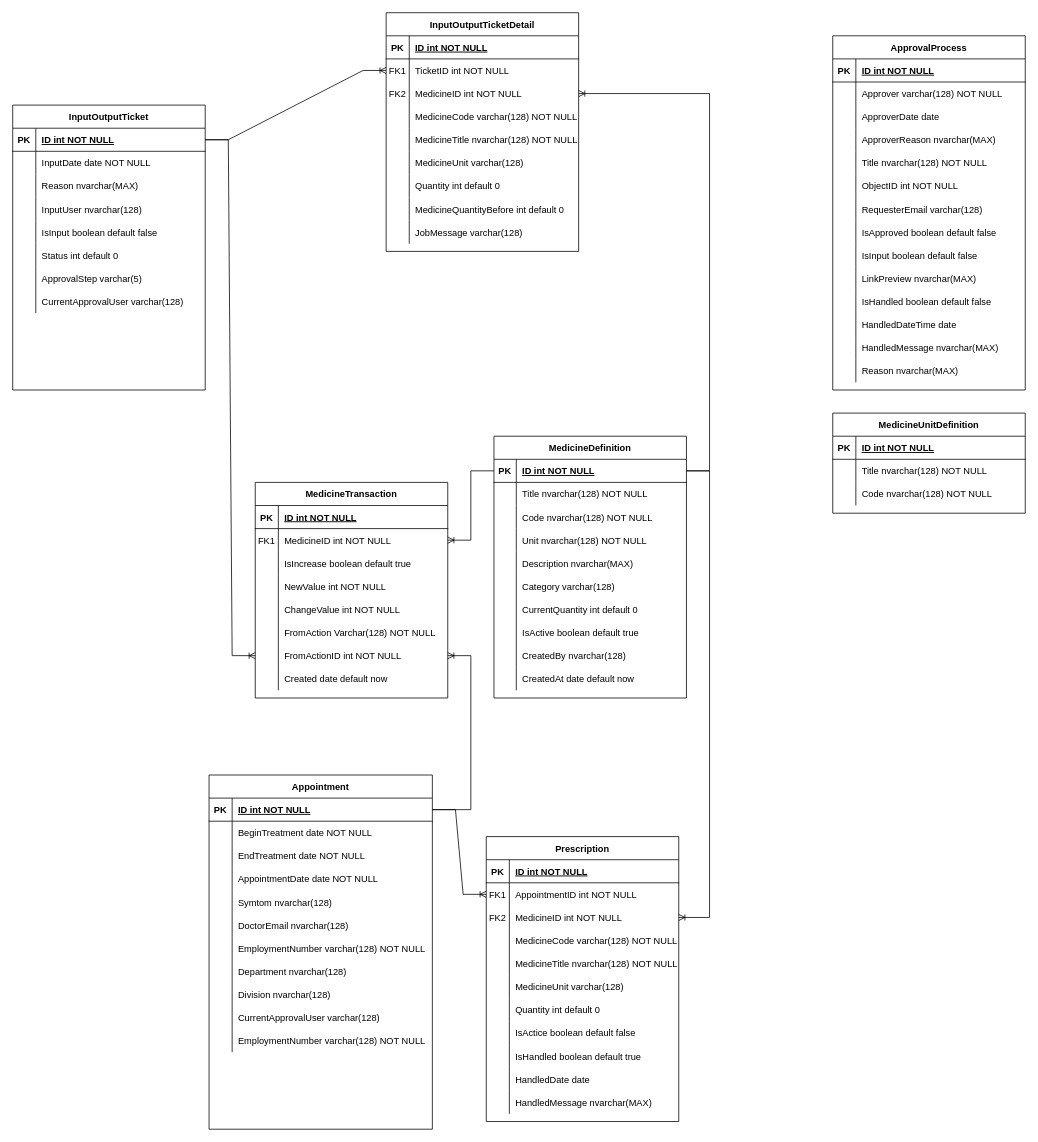
Earlier version of the draw.io diagram public/Untitled Diagram.drawio (ducquynhnguyeninfo/medical-manager). Source tidied: cells renumbered, new cells numbered last; positions are measured from the earlier drawing's top-left corner, leaving out a move shared by most shapes. Both pictures are drawn from the tidied source at 77%, with x=0, y=0 at pixel (12, 12).
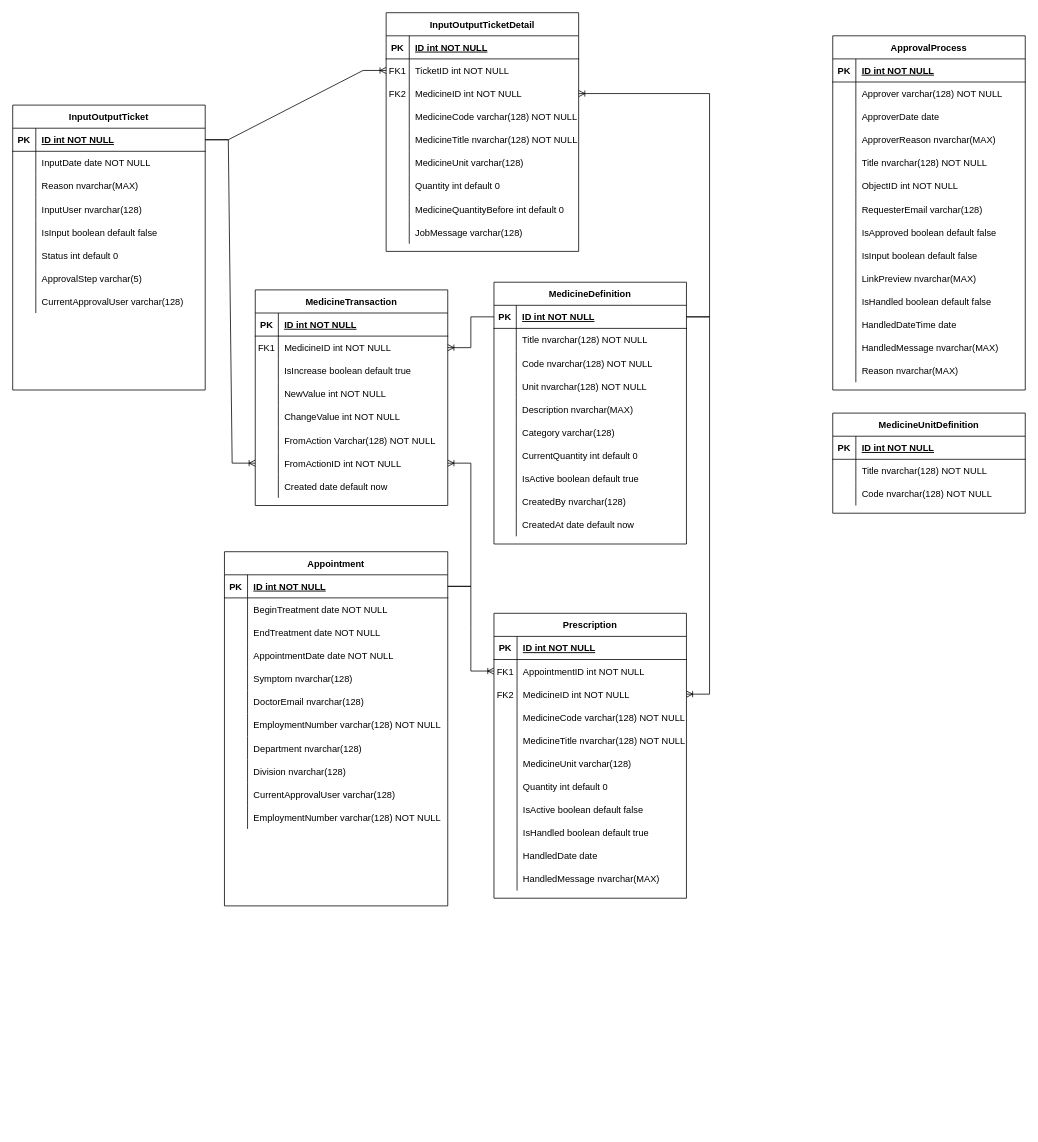
After the change.

Unchanged cells that the change refers to:
```xml
<mxCell id="111" style="shape=tableRow;horizontal=0;startSize=0;swimlaneHead=0;swimlaneBody=0;fillColor=none;top=0;left=0;right=0;bottom=0;" parent="98" vertex="1">
  <mxGeometry y="150" width="290" height="30" as="geometry" />
</mxCell>
<mxCell id="154" style="shape=partialRectangle;fillColor=none;top=0;left=0;right=0;bottom=0;" parent="132" vertex="1">
  <mxGeometry y="240" width="250" height="30" as="geometry" />
</mxCell>
```

Change to the diagram source:
```diff
@@
     <mxCell id="55" value="MedicineDefinition" style="shape=table;startSize=30;childLayout=tableLayout;rowLines=0;fontStyle=1;align=center;" parent="1" vertex="1">
-      <mxGeometry x="625" y="550" width="250" height="340" as="geometry" />
+      <mxGeometry x="625" y="350" width="250" height="340" as="geometry" />
     </mxCell>
@@
     <mxCell id="98" value="Appointment" style="shape=table;startSize=30;childLayout=tableLayout;rowLines=0;fontStyle=1;align=center;" parent="1" vertex="1">
-      <mxGeometry x="255" y="990" width="290" height="460" as="geometry" />
+      <mxGeometry x="275" y="700" width="290" height="460" as="geometry" />
     </mxCell>
@@
-    <mxCell id="113" value="Symtom nvarchar(128)" style="shape=partialRectangle;fillColor=none;top=0;left=0;bottom=0;right=0;align=left;spacingLeft=6;overflow=hidden;" parent="111" vertex="1">
+    <mxCell id="113" value="Symptom nvarchar(128)" style="shape=partialRectangle;fillColor=none;top=0;left=0;bottom=0;right=0;align=left;spacingLeft=6;overflow=hidden;" parent="111" vertex="1">
       <mxGeometry x="30" width="260" height="30" as="geometry" />
     </mxCell>
@@
     <mxCell id="132" value="Prescription" style="shape=table;startSize=30;childLayout=tableLayout;rowLines=0;fontStyle=1;align=center;" parent="1" vertex="1">
-      <mxGeometry x="615" y="1070" width="250" height="370" as="geometry" />
+      <mxGeometry x="625" y="780" width="250" height="370" as="geometry" />
     </mxCell>
@@
-    <mxCell id="156" value="IsActice boolean default false" style="shape=partialRectangle;overflow=hidden;fillColor=none;top=0;left=0;bottom=0;right=0;align=left;spacingLeft=6;" parent="154" vertex="1">
+    <mxCell id="156" value="IsActive boolean default false" style="shape=partialRectangle;overflow=hidden;fillColor=none;top=0;left=0;bottom=0;right=0;align=left;spacingLeft=6;" parent="154" vertex="1">
       <mxGeometry x="30" width="220" height="30" as="geometry" />
     </mxCell>
@@
     <mxCell id="212" value="MedicineTransaction" style="shape=table;startSize=30;childLayout=tableLayout;rowLines=0;fontStyle=1;align=center;" parent="1" vertex="1">
-      <mxGeometry x="315" y="610" width="250" height="280" as="geometry" />
+      <mxGeometry x="315" y="360" width="250" height="280" as="geometry" />
     </mxCell>
```
